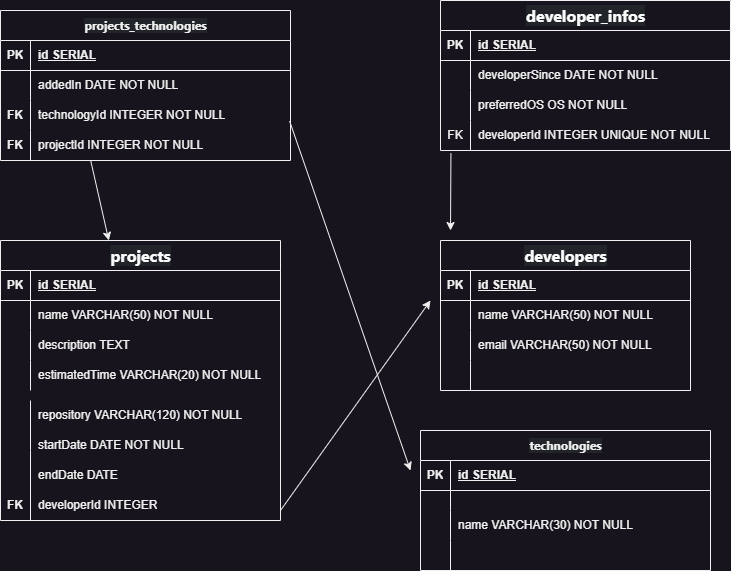
yurimotaa/kenzievelopers-API keeps this draw.io diagram as sql/diagram.png. Above is the earlier version. Source tidied: cells renumbered, new cells last; positions are measured from the earlier drawing's top-left corner, leaving out a move shared by most shapes.
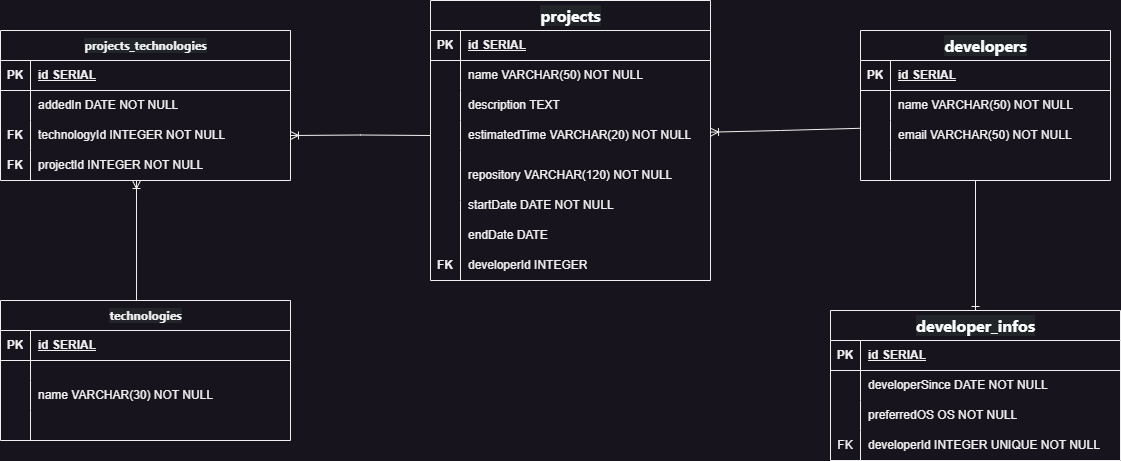
Above is the later version.

Commit message:
fix: arruma diagrama

Diff of the diagram source:
```diff
@@ -3,7 +3,7 @@
     <mxCell id="0" />
     <mxCell id="1" parent="0" />
     <mxCell id="2" value="&lt;strong style=&quot;margin: 0px; padding: 0px; font-family: Inter, ui-sans-serif, system-ui, -apple-system, BlinkMacSystemFont, &amp;quot;Segoe UI&amp;quot;, Roboto, &amp;quot;Helvetica Neue&amp;quot;, Arial, &amp;quot;Noto Sans&amp;quot;, sans-serif, &amp;quot;Apple Color Emoji&amp;quot;, &amp;quot;Segoe UI Emoji&amp;quot;, &amp;quot;Segoe UI Symbol&amp;quot;, &amp;quot;Noto Color emoji&amp;quot;; box-sizing: border-box; scroll-behavior: smooth; font-size: 16px; color: rgb(251, 252, 252); text-align: left; background-color: rgb(33, 37, 41);&quot;&gt;developers&lt;/strong&gt;" style="shape=table;startSize=30;rowLines=0;fontStyle=1;align=center;html=1;" parent="1" vertex="1">
-      <mxGeometry x="440" y="240" width="250" height="150" as="geometry" />
+      <mxGeometry x="910" y="80" width="250" height="150" as="geometry" />
     </mxCell>
     <mxCell id="3" style="shape=tableRow;horizontal=0;startSize=0;swimlaneHead=0;swimlaneBody=0;fillColor=none;top=0;left=0;right=0;bottom=1;" parent="2" vertex="1">
       <mxGeometry y="30" width="250" height="30" as="geometry" />
@@ -42,7 +42,7 @@
       <mxGeometry x="30" width="220" height="30" as="geometry" />
     </mxCell>
     <mxCell id="15" value="&lt;strong style=&quot;margin: 0px; padding: 0px; font-family: Inter, ui-sans-serif, system-ui, -apple-system, BlinkMacSystemFont, &amp;quot;Segoe UI&amp;quot;, Roboto, &amp;quot;Helvetica Neue&amp;quot;, Arial, &amp;quot;Noto Sans&amp;quot;, sans-serif, &amp;quot;Apple Color Emoji&amp;quot;, &amp;quot;Segoe UI Emoji&amp;quot;, &amp;quot;Segoe UI Symbol&amp;quot;, &amp;quot;Noto Color emoji&amp;quot;; box-sizing: border-box; scroll-behavior: smooth; font-size: 16px; color: rgb(251, 252, 252); text-align: left; background-color: rgb(33, 37, 41);&quot;&gt;developer_infos&lt;/strong&gt;" style="shape=table;startSize=30;rowLines=0;fontStyle=1;align=center;html=1;" parent="1" vertex="1">
-      <mxGeometry x="440" width="290" height="150" as="geometry" />
+      <mxGeometry x="880" y="360" width="290" height="150" as="geometry" />
     </mxCell>
     <mxCell id="16" style="shape=tableRow;horizontal=0;startSize=0;swimlaneHead=0;swimlaneBody=0;fillColor=none;top=0;left=0;right=0;bottom=1;" parent="15" vertex="1">
       <mxGeometry y="30" width="290" height="30" as="geometry" />
@@ -81,7 +81,7 @@
       <mxGeometry x="30" width="260" height="30" as="geometry" />
     </mxCell>
     <mxCell id="28" value="&lt;strong style=&quot;margin: 0px; padding: 0px; font-family: Inter, ui-sans-serif, system-ui, -apple-system, BlinkMacSystemFont, &amp;quot;Segoe UI&amp;quot;, Roboto, &amp;quot;Helvetica Neue&amp;quot;, Arial, &amp;quot;Noto Sans&amp;quot;, sans-serif, &amp;quot;Apple Color Emoji&amp;quot;, &amp;quot;Segoe UI Emoji&amp;quot;, &amp;quot;Segoe UI Symbol&amp;quot;, &amp;quot;Noto Color emoji&amp;quot;; box-sizing: border-box; scroll-behavior: smooth; font-size: 16px; color: rgb(251, 252, 252); text-align: left; background-color: rgb(33, 37, 41);&quot;&gt;projects&lt;/strong&gt;" style="shape=table;startSize=30;rowLines=0;fontStyle=1;align=center;html=1;" parent="1" vertex="1">
-      <mxGeometry y="240" width="280" height="280" as="geometry" />
+      <mxGeometry x="480" y="50" width="280" height="280" as="geometry" />
     </mxCell>
     <mxCell id="29" style="shape=tableRow;horizontal=0;startSize=0;swimlaneHead=0;swimlaneBody=0;fillColor=none;top=0;left=0;right=0;bottom=1;" parent="28" vertex="1">
       <mxGeometry y="30" width="280" height="30" as="geometry" />
@@ -121,30 +121,30 @@
     </mxCell>
     <mxCell id="41" style="endArrow=none;html=1;rounded=0;" parent="1" edge="1">
       <mxGeometry relative="1" as="geometry">
-        <mxPoint x="30" y="400" as="sourcePoint" />
-        <mxPoint x="30" y="520" as="targetPoint" />
+        <mxPoint x="510" y="200" as="sourcePoint" />
+        <mxPoint x="510" y="330" as="targetPoint" />
         <Array as="points">
-          <mxPoint x="30" y="450" />
+          <mxPoint x="510" y="250" />
         </Array>
       </mxGeometry>
     </mxCell>
     <mxCell id="42" value="repository VARCHAR(120) NOT NULL" style="shape=partialRectangle;fillColor=none;top=0;left=0;bottom=0;right=0;align=left;spacingLeft=6;overflow=hidden;whiteSpace=wrap;html=1;" parent="1" vertex="1">
-      <mxGeometry x="30" y="400" width="250" height="30" as="geometry" />
+      <mxGeometry x="510" y="210" width="250" height="30" as="geometry" />
     </mxCell>
     <mxCell id="43" value="startDate DATE NOT NULL" style="shape=partialRectangle;fillColor=none;top=0;left=0;bottom=0;right=0;align=left;spacingLeft=6;overflow=hidden;whiteSpace=wrap;html=1;" parent="1" vertex="1">
-      <mxGeometry x="30" y="430" width="250" height="30" as="geometry" />
+      <mxGeometry x="510" y="240" width="250" height="30" as="geometry" />
     </mxCell>
     <mxCell id="44" value="endDate DATE" style="shape=partialRectangle;fillColor=none;top=0;left=0;bottom=0;right=0;align=left;spacingLeft=6;overflow=hidden;whiteSpace=wrap;html=1;" parent="1" vertex="1">
-      <mxGeometry x="30" y="460" width="250" height="30" as="geometry" />
+      <mxGeometry x="510" y="270" width="250" height="30" as="geometry" />
     </mxCell>
     <mxCell id="45" value="developerId INTEGER" style="shape=partialRectangle;fillColor=none;top=0;left=0;bottom=0;right=0;align=left;spacingLeft=6;overflow=hidden;whiteSpace=wrap;html=1;" parent="1" vertex="1">
-      <mxGeometry x="30" y="490" width="250" height="30" as="geometry" />
+      <mxGeometry x="510" y="300" width="250" height="30" as="geometry" />
     </mxCell>
     <mxCell id="46" value="FK" style="shape=partialRectangle;fillColor=none;top=0;left=0;bottom=0;right=0;fontStyle=1;overflow=hidden;whiteSpace=wrap;html=1;" parent="1" vertex="1">
-      <mxGeometry y="490" width="30" height="30" as="geometry" />
+      <mxGeometry x="480" y="300" width="30" height="30" as="geometry" />
     </mxCell>
     <mxCell id="47" value="&lt;h4 style=&quot;margin: 0px; padding: 0px; font-family: Inter, ui-sans-serif, system-ui, -apple-system, BlinkMacSystemFont, &amp;quot;Segoe UI&amp;quot;, Roboto, &amp;quot;Helvetica Neue&amp;quot;, Arial, &amp;quot;Noto Sans&amp;quot;, sans-serif, &amp;quot;Apple Color Emoji&amp;quot;, &amp;quot;Segoe UI Emoji&amp;quot;, &amp;quot;Segoe UI Symbol&amp;quot;, &amp;quot;Noto Color emoji&amp;quot;; box-sizing: border-box; scroll-behavior: smooth; font-size: var(--fontSizes-title4); color: var(--colors-grey1); text-align: start; background-color: rgb(33, 37, 41);&quot;&gt;&lt;strong style=&quot;margin: 0px; padding: 0px; box-sizing: border-box; scroll-behavior: smooth; font-size: var(--fontSizes-text1); color: var(--colors-grey2);&quot;&gt;technologies&lt;/strong&gt;&lt;/h4&gt;" style="shape=table;startSize=30;rowLines=0;fontStyle=1;align=center;html=1;" parent="1" vertex="1">
-      <mxGeometry x="420" y="430" width="290" height="140" as="geometry" />
+      <mxGeometry x="50" y="350" width="290" height="140" as="geometry" />
     </mxCell>
     <mxCell id="48" style="shape=tableRow;horizontal=0;startSize=0;swimlaneHead=0;swimlaneBody=0;fillColor=none;top=0;left=0;right=0;bottom=1;" parent="47" vertex="1">
       <mxGeometry y="30" width="290" height="30" as="geometry" />
@@ -183,7 +183,7 @@
       <mxGeometry x="30" width="260" height="30" as="geometry" />
     </mxCell>
     <mxCell id="60" value="&lt;h4 style=&quot;margin: 0px; padding: 0px; font-family: Inter, ui-sans-serif, system-ui, -apple-system, BlinkMacSystemFont, &amp;quot;Segoe UI&amp;quot;, Roboto, &amp;quot;Helvetica Neue&amp;quot;, Arial, &amp;quot;Noto Sans&amp;quot;, sans-serif, &amp;quot;Apple Color Emoji&amp;quot;, &amp;quot;Segoe UI Emoji&amp;quot;, &amp;quot;Segoe UI Symbol&amp;quot;, &amp;quot;Noto Color emoji&amp;quot;; box-sizing: border-box; scroll-behavior: smooth; font-size: var(--fontSizes-title4); color: var(--colors-grey1); text-align: start; background-color: rgb(33, 37, 41);&quot;&gt;&lt;strong style=&quot;margin: 0px; padding: 0px; box-sizing: border-box; scroll-behavior: smooth; font-size: var(--fontSizes-text1); color: var(--colors-grey2);&quot;&gt;projects_technologies&lt;/strong&gt;&lt;/h4&gt;" style="shape=table;startSize=30;rowLines=0;fontStyle=1;align=center;html=1;" parent="1" vertex="1">
-      <mxGeometry y="10" width="290" height="150" as="geometry" />
+      <mxGeometry x="50" y="80" width="290" height="150" as="geometry" />
     </mxCell>
     <mxCell id="61" style="shape=tableRow;horizontal=0;startSize=0;swimlaneHead=0;swimlaneBody=0;fillColor=none;top=0;left=0;right=0;bottom=1;" parent="60" vertex="1">
       <mxGeometry y="30" width="290" height="30" as="geometry" />
@@ -222,29 +222,35 @@
       <mxGeometry x="30" width="260" height="30" as="geometry" />
     </mxCell>
     <mxCell id="73" value="FK" style="shape=partialRectangle;fillColor=none;top=0;left=0;bottom=0;right=0;fontStyle=1;overflow=hidden;whiteSpace=wrap;html=1;" parent="1" vertex="1">
-      <mxGeometry y="100" width="30" height="30" as="geometry" />
+      <mxGeometry x="50" y="170" width="30" height="30" as="geometry" />
     </mxCell>
     <mxCell id="74" value="FK" style="shape=partialRectangle;fillColor=none;top=0;left=0;bottom=0;right=0;fontStyle=1;overflow=hidden;whiteSpace=wrap;html=1;" parent="1" vertex="1">
-      <mxGeometry y="130" width="30" height="30" as="geometry" />
+      <mxGeometry x="50" y="200" width="30" height="30" as="geometry" />
     </mxCell>
-    <mxCell id="75" style="endArrow=classic;html=1;rounded=0;exitX=0.036;exitY=1.089;exitDx=0;exitDy=0;exitPerimeter=0;" parent="1" edge="1" source="25">
-      <mxGeometry relative="1" as="geometry">
-        <mxPoint x="450" y="230" as="targetPoint" />
-      </mxGeometry>
-    </mxCell>
-    <mxCell id="76" style="endArrow=classic;html=1;rounded=0;" parent="1" edge="1">
-      <mxGeometry relative="1" as="geometry">
-        <mxPoint x="280" y="510" as="sourcePoint" />
-        <mxPoint x="430" y="300" as="targetPoint" />
-      </mxGeometry>
-    </mxCell>
-    <mxCell id="77" style="endArrow=classic;html=1;rounded=0;exitX=0.997;exitY=0.689;exitDx=0;exitDy=0;exitPerimeter=0;" parent="1" edge="1" source="67">
-      <mxGeometry relative="1" as="geometry">
-        <mxPoint x="410" y="470" as="targetPoint" />
-      </mxGeometry>
-    </mxCell>
-    <mxCell id="78" style="endArrow=classic;html=1;rounded=0;exitX=0.311;exitY=1;exitDx=0;exitDy=0;exitPerimeter=0;" parent="1" edge="1" source="70" target="28">
-      <mxGeometry relative="1" as="geometry" />
-    </mxCell>
+    <mxCell id="79" style="fontSize=12;html=1;endArrow=ERoneToMany;rounded=0;exitX=0.469;exitY=0.004;exitDx=0;exitDy=0;exitPerimeter=0;" parent="1" edge="1" source="47">
+      <mxGeometry relative="1" as="geometry">
+        <mxPoint x="186" y="230" as="targetPoint" />
+      </mxGeometry>
+    </mxCell>
+    <mxCell id="80" style="fontSize=12;html=1;endArrow=ERoneToMany;rounded=0;entryX=1;entryY=0.5;entryDx=0;entryDy=0;" parent="1" edge="1" target="67">
+      <mxGeometry relative="1" as="geometry">
+        <mxPoint x="480" y="185" as="sourcePoint" />
+        <Array as="points">
+          <mxPoint x="410" y="184.5" />
+        </Array>
+      </mxGeometry>
+    </mxCell>
+    <mxCell id="81" style="fontSize=12;html=1;endArrow=ERone;endFill=1;rounded=0;entryX=0.5;entryY=0;entryDx=0;entryDy=0;" parent="1" edge="1" target="15">
+      <mxGeometry relative="1" as="geometry">
+        <mxPoint x="1025" y="230" as="sourcePoint" />
+      </mxGeometry>
+    </mxCell>
+    <mxCell id="82" style="fontSize=12;html=1;endArrow=ERoneToMany;rounded=0;exitX=-0.003;exitY=0.26;exitDx=0;exitDy=0;exitPerimeter=0;" parent="1" edge="1" source="9" target="38">
+      <mxGeometry relative="1" as="geometry">
+        <Array as="points">
+          <mxPoint x="830" y="180" />
+        </Array>
+      </mxGeometry>
+    </mxCell>
   </root>
 </mxGraphModel>
```
